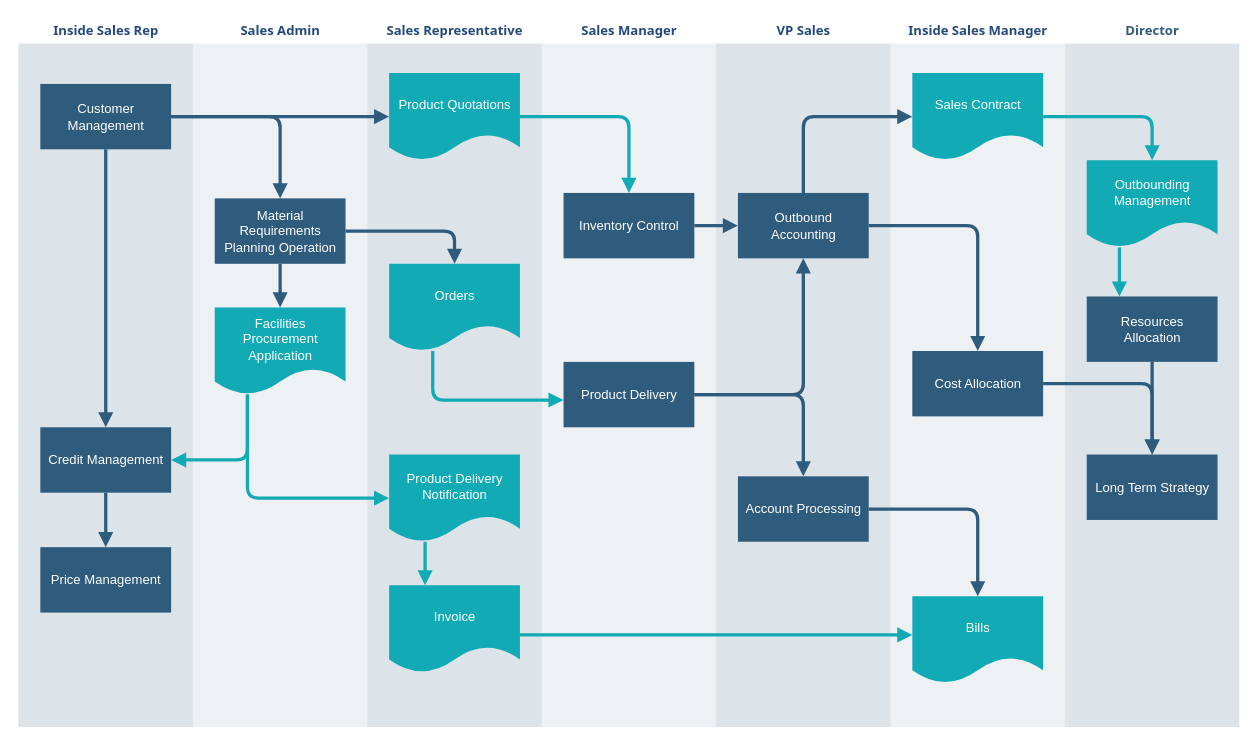
Before: 未命名绘图.drawio in Adamlixi/adamblog.github.io, a draw.io diagram. Source tidied: cells renumbered, new cells numbered last; positions are measured from the earlier drawing's top-left corner, leaving out a move shared by most shapes. Both pictures are drawn from the tidied source at 109%, with x=0, y=0 at pixel (17, 17).
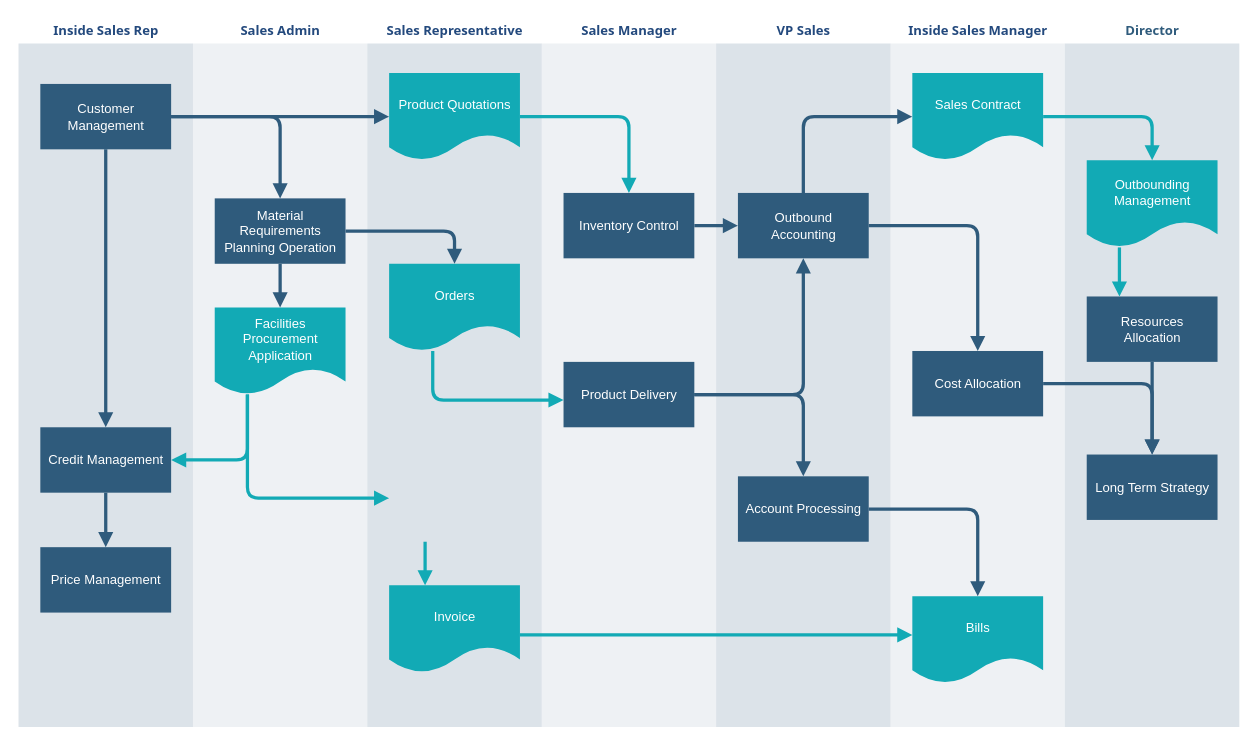
The same diagram, later.

Commit message:
更新未命名绘图.drawio

The change refers to these unchanged cells:
```xml
<mxCell id="17" value="&lt;font color=&quot;#ffffff&quot;&gt;Facilities Procurement&lt;br&gt;Application&lt;/font&gt;&lt;br&gt; " style="shape=document;whiteSpace=wrap;verticalAlign=middle;strokeColor=none;fillColor=#12aab5;shadow=0;fontColor=#FFFFFF;fontFamily=Helvetica;fontStyle=0;html=1;fontSize=12;spacing=6;spacingBottom=22;" parent="15" vertex="1">
  <mxGeometry x="20" y="265" width="120" height="80" as="geometry" />
</mxCell>
<mxCell id="19" value="&lt;font color=&quot;#23497d&quot;&gt;Sales Representative&lt;/font&gt;" style="swimlane;whiteSpace=wrap;fillColor=none;swimlaneFillColor=#BAC8D3;fontColor=#2F5B7C;fontFamily=Tahoma;html=1;strokeColor=none;opacity=50;" parent="1" vertex="1">
  <mxGeometry x="320.5" y="0.5" width="160" height="650" as="geometry" />
</mxCell>
<mxCell id="23" value="Invoice" style="shape=document;whiteSpace=wrap;verticalAlign=middle;strokeColor=none;fillColor=#12aab5;shadow=0;fontColor=#FFFFFF;fontFamily=Helvetica;fontStyle=0;html=1;fontSize=12;spacing=6;spacingBottom=22;" parent="19" vertex="1">
  <mxGeometry x="20" y="520" width="120" height="80" as="geometry" />
</mxCell>
```

What changed in the source:
```diff
@@
-    <mxCell id="22" value="Product Delivery Notification" style="shape=document;whiteSpace=wrap;strokeColor=none;fillColor=#12aab5;shadow=0;fontColor=#FFFFFF;fontFamily=Helvetica;fontStyle=0;html=1;fontSize=12;verticalAlign=middle;spacing=6;spacingBottom=22;" parent="19" vertex="1">
-      <mxGeometry x="20" y="400" width="120" height="80" as="geometry" />
-    </mxCell>
@@
-    <mxCell id="24" style="edgeStyle=segmentEdgeStyle;strokeColor=#12AAB5;strokeWidth=3;html=1;endArrow=block;endFill=1;" parent="19" edge="1" source="22" target="23">
+    <mxCell id="24" style="edgeStyle=segmentEdgeStyle;strokeColor=#12AAB5;strokeWidth=3;html=1;endArrow=block;endFill=1;" parent="19" edge="1" target="23">
       <mxGeometry relative="1" as="geometry">
+        <mxPoint x="53" y="480" as="sourcePoint" />
         <Array as="points">
           <mxPoint x="53" y="501" />
           <mxPoint x="53" y="501" />
         </Array>
       </mxGeometry>
     </mxCell>
@@
-    <mxCell id="37" style="edgeStyle=segmentEdgeStyle;strokeColor=#12AAB5;strokeWidth=3;html=1;endArrow=block;endFill=1;" parent="1" edge="1" source="17" target="22">
+    <mxCell id="37" style="edgeStyle=segmentEdgeStyle;strokeColor=#12AAB5;strokeWidth=3;html=1;endArrow=block;endFill=1;" parent="1" edge="1" source="17">
       <mxGeometry x="234.5" y="433.5" as="geometry">
+        <mxPoint x="340.5" y="440.5" as="targetPoint" />
         <Array as="points">
           <mxPoint x="210.5" y="440.5" />
         </Array>
       </mxGeometry>
     </mxCell>
```
